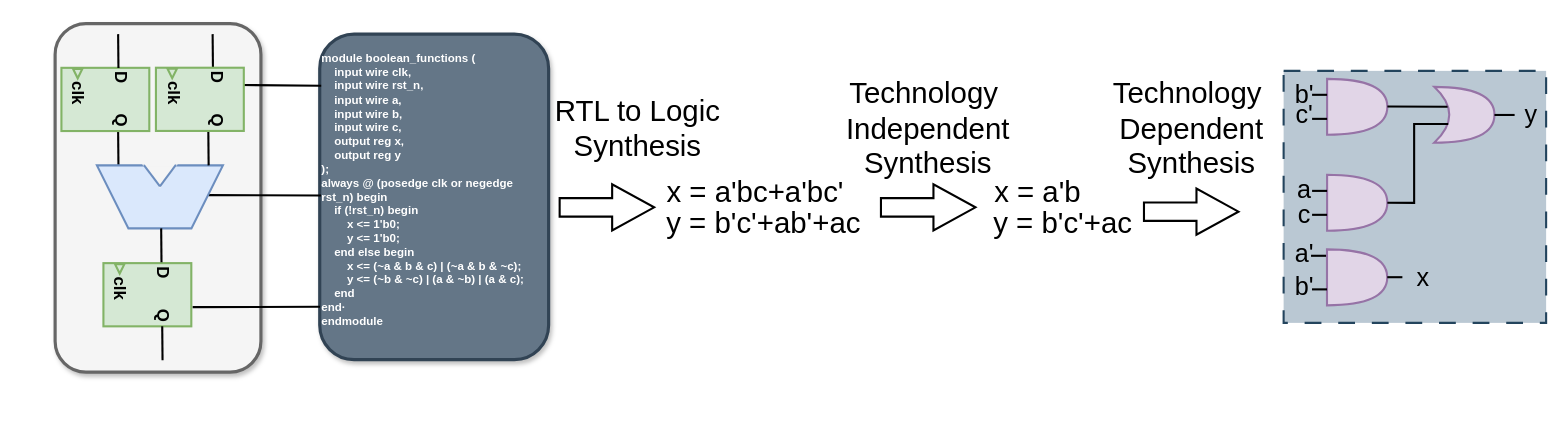
Earlier version of the draw.io diagram logicsynthesis.drawio (kxzhu0505/LogicSynOpt). Source tidied: cells renumbered, new cells numbered last; positions are measured from the earlier drawing's top-left corner, leaving out a move shared by most shapes. Both pictures are drawn from the tidied source at 105%, with x=0, y=0 at pixel (50, 23).
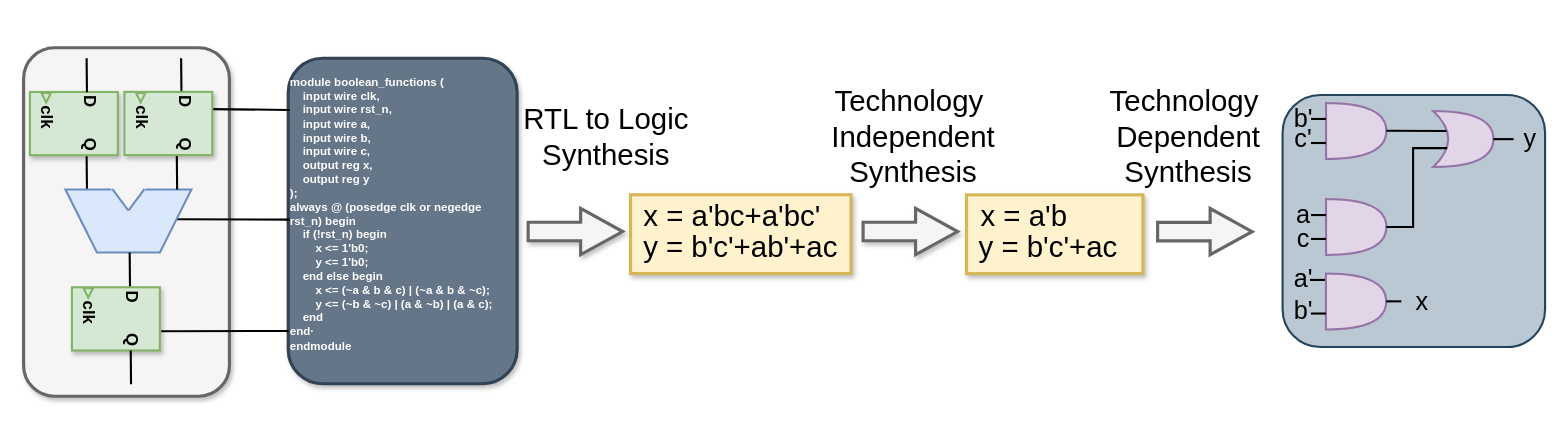
The same page after the edit.

The change refers to these unchanged cells:
```xml
<mxCell id="8" style="group;rotation=90;" parent="4" vertex="1">
  <mxGeometry x="34" y="197.3" width="95" height="83.7" as="geometry" />
</mxCell>
<mxCell id="15" style="group;rotation=90;" parent="4" vertex="1">
  <mxGeometry x="-6" y="11.3" width="95" height="83.7" as="geometry" />
</mxCell>
```

Diff of the diagram source:
```diff
@@
+    <mxCell id="72" style="rounded=0;whiteSpace=wrap;html=1;fillColor=#fff2cc;strokeColor=#d6b656;strokeWidth=3;shadow=1;" parent="1" vertex="1">
+      <mxGeometry x="872" y="163.1" width="168" height="75" as="geometry" />
+    </mxCell>
+    <mxCell id="73" style="rounded=0;whiteSpace=wrap;html=1;fillColor=#fff2cc;strokeColor=#d6b656;strokeWidth=3;shadow=1;" parent="1" vertex="1">
+      <mxGeometry x="552" y="163" width="210" height="75" as="geometry" />
+    </mxCell>
     <mxCell id="2" value="&lt;div style=&quot;font-size: 11px;&quot;&gt;&lt;b style=&quot;&quot;&gt;&lt;font style=&quot;font-size: 11px;&quot;&gt;module boolean_functions (&lt;/font&gt;&lt;/b&gt;&lt;/div&gt;&lt;div style=&quot;font-size: 11px;&quot;&gt;&lt;b&gt;&lt;font style=&quot;font-size: 11px;&quot;&gt;&amp;nbsp; &amp;nbsp; input wire clk,&lt;/font&gt;&lt;/b&gt;&lt;/div&gt;&lt;div style=&quot;font-size: 11px;&quot;&gt;&lt;b&gt;&lt;font style=&quot;font-size: 11px;&quot;&gt;&amp;nbsp; &amp;nbsp; input wire rst_n,&lt;/font&gt;&lt;/b&gt;&lt;/div&gt;&lt;div style=&quot;font-size: 11px;&quot;&gt;&lt;b&gt;&lt;font style=&quot;font-size: 11px;&quot;&gt;&amp;nbsp; &amp;nbsp; input wire a,&lt;/font&gt;&lt;/b&gt;&lt;/div&gt;&lt;div style=&quot;font-size: 11px;&quot;&gt;&lt;b&gt;&lt;font style=&quot;font-size: 11px;&quot;&gt;&amp;nbsp; &amp;nbsp; input wire b,&lt;/font&gt;&lt;/b&gt;&lt;/div&gt;&lt;div style=&quot;font-size: 11px;&quot;&gt;&lt;b&gt;&lt;font style=&quot;font-size: 11px;&quot;&gt;&amp;nbsp; &amp;nbsp; input wire c,&lt;/font&gt;&lt;/b&gt;&lt;/div&gt;&lt;div style=&quot;font-size: 11px;&quot;&gt;&lt;b&gt;&lt;font style=&quot;font-size: 11px;&quot;&gt;&amp;nbsp; &amp;nbsp; output reg x,&lt;/font&gt;&lt;/b&gt;&lt;/div&gt;&lt;div style=&quot;font-size: 11px;&quot;&gt;&lt;b&gt;&lt;font style=&quot;font-size: 11px;&quot;&gt;&amp;nbsp; &amp;nbsp; output reg y&lt;/font&gt;&lt;/b&gt;&lt;/div&gt;&lt;div style=&quot;font-size: 11px;&quot;&gt;&lt;b&gt;&lt;font style=&quot;font-size: 11px;&quot;&gt;);&lt;/font&gt;&lt;/b&gt;&lt;/div&gt;&lt;div style=&quot;font-size: 11px;&quot;&gt;&lt;b&gt;&lt;font style=&quot;font-size: 11px;&quot;&gt;always @ (posedge clk or negedge rst_n) begin&lt;/font&gt;&lt;/b&gt;&lt;/div&gt;&lt;div style=&quot;font-size: 11px;&quot;&gt;&lt;b&gt;&lt;font style=&quot;font-size: 11px;&quot;&gt;&amp;nbsp; &amp;nbsp; if (!rst_n) begin&lt;/font&gt;&lt;/b&gt;&lt;/div&gt;&lt;div style=&quot;font-size: 11px;&quot;&gt;&lt;b&gt;&lt;font style=&quot;font-size: 11px;&quot;&gt;&amp;nbsp; &amp;nbsp; &amp;nbsp; &amp;nbsp; x &amp;lt;= 1'b0;&lt;/font&gt;&lt;/b&gt;&lt;/div&gt;&lt;div style=&quot;font-size: 11px;&quot;&gt;&lt;b&gt;&lt;font style=&quot;font-size: 11px;&quot;&gt;&amp;nbsp; &amp;nbsp; &amp;nbsp; &amp;nbsp; y &amp;lt;= 1'b0;&lt;/font&gt;&lt;/b&gt;&lt;/div&gt;&lt;div style=&quot;font-size: 11px;&quot;&gt;&lt;b&gt;&lt;font style=&quot;font-size: 11px;&quot;&gt;&amp;nbsp; &amp;nbsp; end else begin&lt;/font&gt;&lt;/b&gt;&lt;/div&gt;&lt;div style=&quot;font-size: 11px;&quot;&gt;&lt;b&gt;&lt;font style=&quot;font-size: 11px;&quot;&gt;&amp;nbsp; &amp;nbsp; &amp;nbsp; &amp;nbsp; x &amp;lt;= (~a &amp;amp; b &amp;amp; c) | (~a &amp;amp; b &amp;amp; ~c);&lt;/font&gt;&lt;/b&gt;&lt;/div&gt;&lt;div style=&quot;font-size: 11px;&quot;&gt;&lt;b&gt;&lt;font style=&quot;font-size: 11px;&quot;&gt;&amp;nbsp; &amp;nbsp; &amp;nbsp; &amp;nbsp; y &amp;lt;= (~b &amp;amp; ~c) | (a &amp;amp; ~b) | (a &amp;amp; c);&lt;/font&gt;&lt;/b&gt;&lt;/div&gt;&lt;div style=&quot;font-size: 11px;&quot;&gt;&lt;b&gt;&lt;font style=&quot;font-size: 11px;&quot;&gt;&amp;nbsp; &amp;nbsp; end&lt;/font&gt;&lt;/b&gt;&lt;/div&gt;&lt;div style=&quot;font-size: 11px;&quot;&gt;&lt;b&gt;&lt;font style=&quot;font-size: 11px;&quot;&gt;end·&lt;/font&gt;&lt;/b&gt;&lt;/div&gt;&lt;div style=&quot;font-size: 11px;&quot;&gt;&lt;b&gt;&lt;font style=&quot;font-size: 11px;&quot;&gt;endmodule&lt;/font&gt;&lt;/b&gt;&lt;/div&gt;&lt;div style=&quot;font-size: 11px;&quot;&gt;&lt;br&gt;&lt;/div&gt;" style="rounded=1;whiteSpace=wrap;html=1;strokeWidth=3;fillColor=#647687;fontColor=#ffffff;strokeColor=#314354;shadow=1;align=left;" parent="1" vertex="1">
-      <mxGeometry x="256" y="10" width="218" height="310" as="geometry" />
+      <mxGeometry x="226" y="33" width="218" height="310" as="geometry" />
     </mxCell>
-    <mxCell id="3" style="html=1;shadow=0;dashed=0;align=center;verticalAlign=middle;shape=mxgraph.arrows2.arrow;dy=0.6;dx=40;direction=south;notch=0;strokeWidth=2;fontFamily=Helvetica;rotation=-90;" parent="1" vertex="1">
-      <mxGeometry x="507.5" y="130" width="44" height="90" as="geometry" />
+    <mxCell id="3" style="html=1;shadow=1;dashed=0;align=center;verticalAlign=middle;shape=mxgraph.arrows2.arrow;dy=0.6;dx=40;direction=south;notch=0;strokeWidth=3;fontFamily=Helvetica;rotation=-90;fillColor=#f5f5f5;fontColor=#333333;strokeColor=#666666;" parent="1" vertex="1">
+      <mxGeometry x="477.5" y="153" width="44" height="90" as="geometry" />
     </mxCell>
     <mxCell id="4" style="group;fontFamily=Helvetica;" parent="1" vertex="1">
-      <mxGeometry x="10" y="18.8" width="210" height="320.6" as="geometry" />
+      <mxGeometry x="-20" y="41.8" width="210" height="320.6" as="geometry" />
     </mxCell>
@@
-    <mxCell id="9" style="rounded=0;whiteSpace=wrap;html=1;rotation=180;strokeWidth=2;fontFamily=Helvetica;fillColor=#d5e8d4;strokeColor=#82b366;" parent="8" vertex="1">
+    <mxCell id="9" style="rounded=0;whiteSpace=wrap;html=1;rotation=180;strokeWidth=2;fontFamily=Helvetica;fillColor=#d5e8d4;strokeColor=#82b366;shadow=1;" parent="8" vertex="1">
       <mxGeometry x="6" y="12" width="83.7" height="60.2" as="geometry" />
     </mxCell>
@@
-    <mxCell id="16" style="rounded=0;whiteSpace=wrap;html=1;rotation=180;strokeWidth=2;fontFamily=Helvetica;fillColor=#d5e8d4;strokeColor=#82b366;" parent="15" vertex="1">
+    <mxCell id="16" style="rounded=0;whiteSpace=wrap;html=1;rotation=180;strokeWidth=2;fontFamily=Helvetica;fillColor=#d5e8d4;strokeColor=#82b366;shadow=1;" parent="15" vertex="1">
       <mxGeometry x="6" y="12" width="83.7" height="60.2" as="geometry" />
     </mxCell>
@@
     <mxCell id="23" style="shape=trapezoid;perimeter=trapezoidPerimeter;whiteSpace=wrap;html=1;fixedSize=1;rotation=-180;strokeWidth=2;size=30;fillColor=#dae8fc;strokeColor=#6c8ebf;fontFamily=Helvetica;" parent="1" vertex="1">
-      <mxGeometry x="43.8" y="135" width="120" height="60" as="geometry" />
+      <mxGeometry x="13.8" y="158" width="120" height="60" as="geometry" />
     </mxCell>
     <mxCell id="24" style="triangle;whiteSpace=wrap;html=1;rotation=90;strokeWidth=2;fillColor=#F5F5F5;strokeColor=#f5f5f5;fontFamily=Helvetica;" parent="1" vertex="1">
-      <mxGeometry x="93.8" y="130" width="20" height="30" as="geometry" />
+      <mxGeometry x="63.8" y="153" width="20" height="30" as="geometry" />
     </mxCell>
     <mxCell id="25" style="endArrow=none;html=1;rounded=0;strokeColor=#f5f5f5;strokeWidth=3;curved=0;fontFamily=Helvetica;" parent="1" edge="1">
       <mxGeometry relative="1" as="geometry">
-        <mxPoint x="89.2" y="134.9" as="sourcePoint" />
-        <mxPoint x="118.2" y="134.9" as="targetPoint" />
+        <mxPoint x="59.2" y="157.9" as="sourcePoint" />
+        <mxPoint x="88.2" y="157.9" as="targetPoint" />
       </mxGeometry>
     </mxCell>
@@
     <mxCell id="28" style="endArrow=none;html=1;rounded=0;endSize=6;strokeWidth=2;entryX=0.82;entryY=0.974;entryDx=0;entryDy=0;entryPerimeter=0;exitX=1.006;exitY=0.404;exitDx=0;exitDy=0;exitPerimeter=0;fontFamily=Helvetica;" parent="1" edge="1">
       <mxGeometry relative="1" as="geometry">
-        <mxPoint x="149.9" y="102.8" as="sourcePoint" />
-        <mxPoint x="150.2" y="135" as="targetPoint" />
+        <mxPoint x="119.9" y="125.8" as="sourcePoint" />
+        <mxPoint x="120.2" y="158" as="targetPoint" />
       </mxGeometry>
     </mxCell>
     <mxCell id="29" style="endArrow=none;html=1;rounded=0;endSize=6;strokeWidth=2;entryX=0.82;entryY=0.974;entryDx=0;entryDy=0;entryPerimeter=0;exitX=1.006;exitY=0.404;exitDx=0;exitDy=0;exitPerimeter=0;fontFamily=Helvetica;" parent="1" edge="1">
       <mxGeometry relative="1" as="geometry">
-        <mxPoint x="105" y="195" as="sourcePoint" />
-        <mxPoint x="105.3" y="227.2" as="targetPoint" />
+        <mxPoint x="75" y="218" as="sourcePoint" />
+        <mxPoint x="75.3" y="250.2" as="targetPoint" />
       </mxGeometry>
     </mxCell>
     <mxCell id="30" style="endArrow=none;html=1;rounded=0;endSize=6;strokeWidth=2;exitX=-0.003;exitY=0.173;exitDx=0;exitDy=0;exitPerimeter=0;entryX=0.481;entryY=0.002;entryDx=0;entryDy=0;entryPerimeter=0;fontFamily=Helvetica;" parent="1" edge="1">
       <mxGeometry relative="1" as="geometry">
-        <mxPoint x="257.4" y="59.2" as="sourcePoint" />
-        <mxPoint x="180.7" y="58.4" as="targetPoint" />
+        <mxPoint x="227.4" y="82.2" as="sourcePoint" />
+        <mxPoint x="150.7" y="81.4" as="targetPoint" />
       </mxGeometry>
     </mxCell>
     <mxCell id="31" style="endArrow=none;html=1;rounded=0;endSize=6;strokeWidth=2;exitX=-0.008;exitY=0.816;exitDx=0;exitDy=0;exitPerimeter=0;entryX=0.481;entryY=0.002;entryDx=0;entryDy=0;entryPerimeter=0;fontFamily=Helvetica;" parent="1" edge="1">
       <mxGeometry relative="1" as="geometry">
-        <mxPoint x="256.3" y="269.7" as="sourcePoint" />
-        <mxPoint x="135" y="270" as="targetPoint" />
+        <mxPoint x="226.3" y="292.7" as="sourcePoint" />
+        <mxPoint x="105" y="293" as="targetPoint" />
       </mxGeometry>
     </mxCell>
     <mxCell id="32" value="&lt;font style=&quot;font-size: 28px;&quot;&gt;x = a'bc+a'bc'&lt;/font&gt;" style="text;html=1;align=center;verticalAlign=middle;whiteSpace=wrap;rounded=0;fontFamily=Helvetica;" parent="1" vertex="1">
-      <mxGeometry x="576" y="130" width="190" height="60" as="geometry" />
+      <mxGeometry x="554" y="153" width="190" height="60" as="geometry" />
     </mxCell>
     <mxCell id="33" value="&lt;font style=&quot;font-size: 28px;&quot;&gt;y = b'c'+ab'+ac&lt;/font&gt;" style="text;html=1;align=center;verticalAlign=middle;whiteSpace=wrap;rounded=0;fontFamily=Helvetica;" parent="1" vertex="1">
-      <mxGeometry x="574" y="160" width="210" height="60" as="geometry" />
+      <mxGeometry x="552" y="183" width="210" height="60" as="geometry" />
     </mxCell>
     <mxCell id="34" value="&lt;font style=&quot;font-size: 28px;&quot;&gt;x = a'b&lt;/font&gt;" style="text;html=1;align=center;verticalAlign=middle;whiteSpace=wrap;rounded=0;fontFamily=Helvetica;" parent="1" vertex="1">
-      <mxGeometry x="880" y="130" width="120" height="60" as="geometry" />
+      <mxGeometry x="867" y="153" width="120" height="60" as="geometry" />
     </mxCell>
     <mxCell id="35" value="&lt;font style=&quot;font-size: 28px;&quot;&gt;y = b'c'+ac&lt;/font&gt;" style="text;html=1;align=center;verticalAlign=middle;whiteSpace=wrap;rounded=0;fontFamily=Helvetica;" parent="1" vertex="1">
-      <mxGeometry x="894" y="160" width="140" height="60" as="geometry" />
+      <mxGeometry x="880" y="183" width="140" height="60" as="geometry" />
     </mxCell>
     <mxCell id="36" value="&lt;font style=&quot;font-size: 28px;&quot;&gt;RTL to Logic&lt;/font&gt;&lt;div style=&quot;font-size: 28px;&quot;&gt;&lt;font style=&quot;font-size: 28px;&quot;&gt;Synthesis&lt;/font&gt;&lt;/div&gt;" style="text;html=1;align=center;verticalAlign=middle;whiteSpace=wrap;rounded=0;fontFamily=Helvetica;strokeWidth=3;fontSize=11;" parent="1" vertex="1">
-      <mxGeometry x="434" y="70" width="250" height="60" as="geometry" />
+      <mxGeometry x="404" y="78" width="250" height="60" as="geometry" />
     </mxCell>
     <mxCell id="37" value="&lt;font style=&quot;font-size: 28px;&quot;&gt;Technology&amp;nbsp;&lt;/font&gt;&lt;div style=&quot;font-size: 28px;&quot;&gt;&lt;font style=&quot;font-size: 28px;&quot;&gt;Independent&lt;/font&gt;&lt;/div&gt;&lt;div style=&quot;font-size: 28px;&quot;&gt;&lt;font style=&quot;font-size: 28px;&quot;&gt;Synthesis&lt;/font&gt;&lt;/div&gt;" style="text;html=1;align=center;verticalAlign=middle;whiteSpace=wrap;rounded=0;fontFamily=Helvetica;strokeWidth=3;" parent="1" vertex="1">
-      <mxGeometry x="724" y="70" width="223" height="60" as="geometry" />
+      <mxGeometry x="710" y="77.8" width="223" height="60" as="geometry" />
     </mxCell>
-    <mxCell id="38" style="html=1;shadow=0;dashed=0;align=center;verticalAlign=middle;shape=mxgraph.arrows2.arrow;dy=0.6;dx=40;direction=south;notch=0;strokeWidth=2;fontFamily=Helvetica;rotation=-90;" parent="1" vertex="1">
-      <mxGeometry x="813.5" y="130" width="44" height="90" as="geometry" />
+    <mxCell id="38" style="html=1;shadow=1;dashed=0;align=center;verticalAlign=middle;shape=mxgraph.arrows2.arrow;dy=0.6;dx=40;direction=south;notch=0;strokeWidth=3;fontFamily=Helvetica;rotation=-90;fillColor=#f5f5f5;fontColor=#333333;strokeColor=#666666;" parent="1" vertex="1">
+      <mxGeometry x="796.5" y="153" width="44" height="90" as="geometry" />
     </mxCell>
     <mxCell id="39" value="&lt;font style=&quot;font-size: 28px;&quot;&gt;Technology&amp;nbsp;&lt;/font&gt;&lt;div style=&quot;font-size: 28px;&quot;&gt;&lt;font style=&quot;font-size: 28px;&quot;&gt;Dependent&lt;/font&gt;&lt;/div&gt;&lt;div style=&quot;font-size: 28px;&quot;&gt;&lt;font style=&quot;font-size: 28px;&quot;&gt;Synthesis&lt;/font&gt;&lt;/div&gt;" style="text;html=1;align=center;verticalAlign=middle;whiteSpace=wrap;rounded=0;fontFamily=Helvetica;strokeWidth=3;" parent="1" vertex="1">
-      <mxGeometry x="969.5" y="70" width="233" height="60" as="geometry" />
+      <mxGeometry x="966.5" y="78" width="233" height="60" as="geometry" />
     </mxCell>
-    <mxCell id="40" style="html=1;shadow=0;dashed=0;align=center;verticalAlign=middle;shape=mxgraph.arrows2.arrow;dy=0.6;dx=40;direction=south;notch=0;strokeWidth=2;fontFamily=Helvetica;rotation=-90;" parent="1" vertex="1">
-      <mxGeometry x="1064" y="134.1" width="44" height="90" as="geometry" />
+    <mxCell id="40" style="html=1;shadow=0;dashed=0;align=center;verticalAlign=middle;shape=mxgraph.arrows2.arrow;dy=0.6;dx=40;direction=south;notch=0;strokeWidth=3;fontFamily=Helvetica;rotation=-90;fillColor=#f5f5f5;fontColor=#333333;strokeColor=#666666;" parent="1" vertex="1">
+      <mxGeometry x="1077" y="153.1" width="44" height="90" as="geometry" />
     </mxCell>
-    <mxCell id="41" style="group;rotation=90;" parent="1" vertex="1">
-      <mxGeometry x="94" y="30" width="95" height="83.7" as="geometry" />
+    <mxCell id="41" style="group;rotation=90;shadow=0;" parent="1" vertex="1">
+      <mxGeometry x="64" y="53" width="95" height="83.7" as="geometry" />
     </mxCell>
-    <mxCell id="42" style="rounded=0;whiteSpace=wrap;html=1;rotation=180;strokeWidth=2;fontFamily=Helvetica;fillColor=#d5e8d4;strokeColor=#82b366;" parent="41" vertex="1">
+    <mxCell id="42" style="rounded=0;whiteSpace=wrap;html=1;rotation=180;strokeWidth=2;fontFamily=Helvetica;fillColor=#d5e8d4;strokeColor=#82b366;shadow=1;" parent="41" vertex="1">
       <mxGeometry x="6" y="12" width="83.7" height="60.2" as="geometry" />
     </mxCell>
@@
-    <mxCell id="47" style="group;" parent="1" vertex="1">
-      <mxGeometry x="1174" y="45" width="250" height="240" as="geometry" />
+    <mxCell id="47" style="group;rounded=1;" parent="1" vertex="1">
+      <mxGeometry x="1173" y="68" width="250" height="240" as="geometry" />
     </mxCell>
@@
-    <mxCell id="49" style="rounded=0;whiteSpace=wrap;html=1;dashed=1;dashPattern=8 8;strokeWidth=2;fillColor=#bac8d3;strokeColor=#23445d;" parent="47" vertex="1">
+    <mxCell id="49" style="rounded=1;whiteSpace=wrap;html=1;strokeWidth=2;fillColor=#bac8d3;strokeColor=#23445d;" parent="47" vertex="1">
       <mxGeometry width="250" height="240" as="geometry" />
     </mxCell>
```
